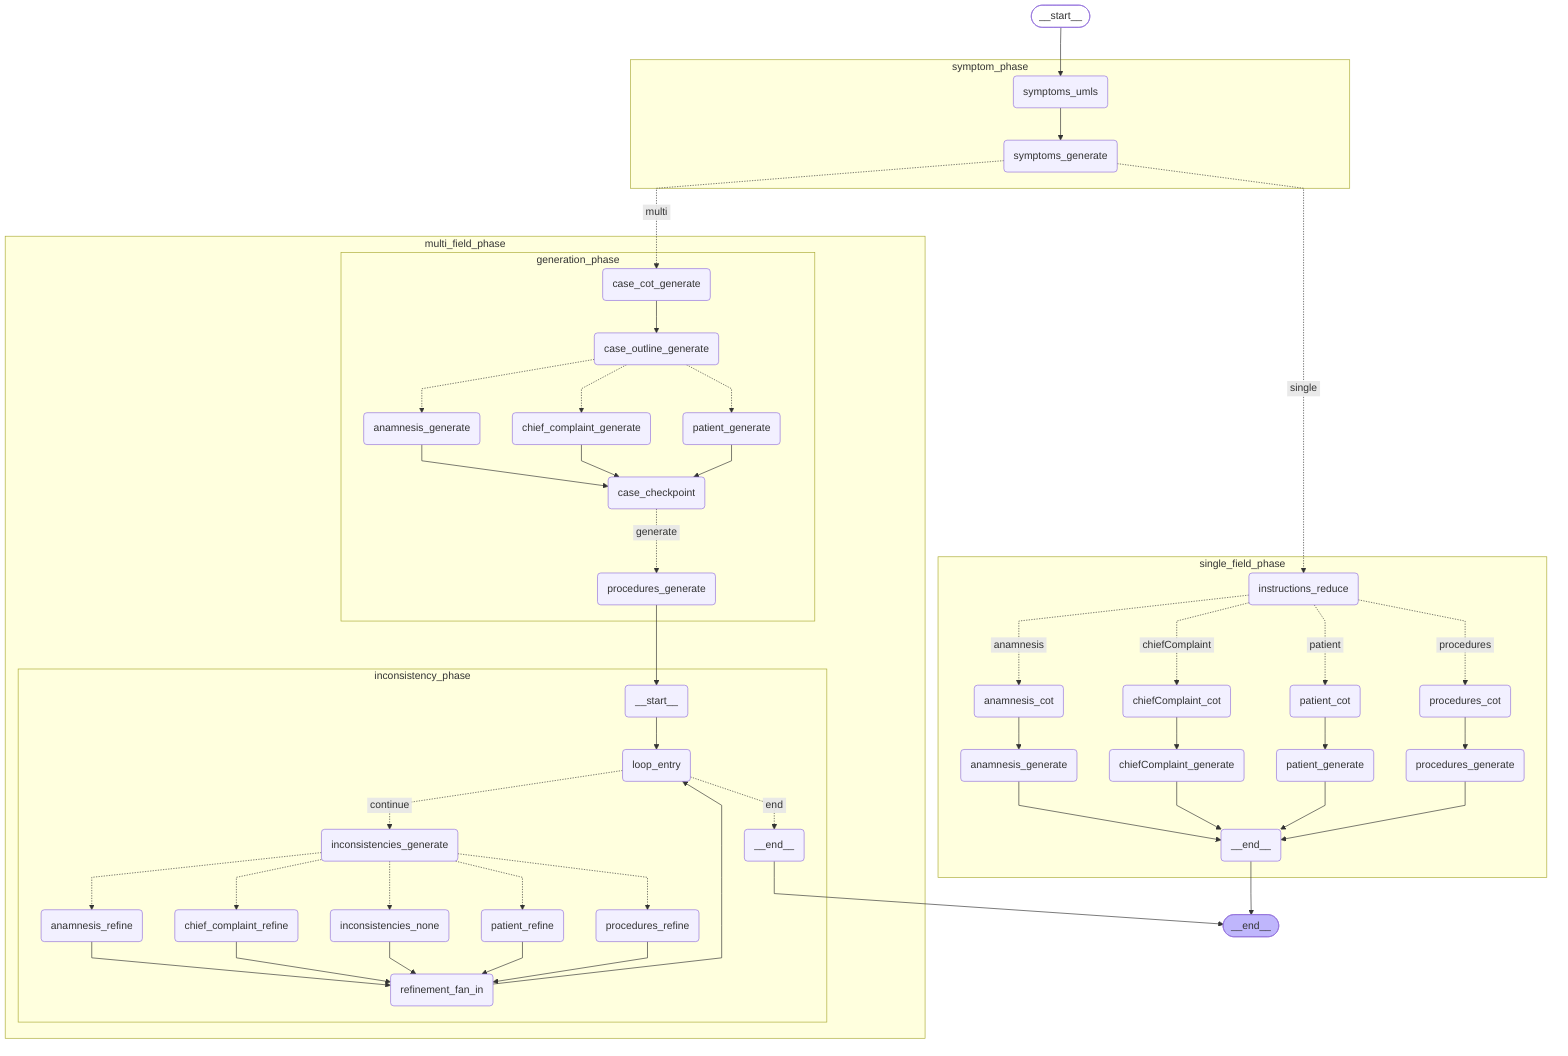
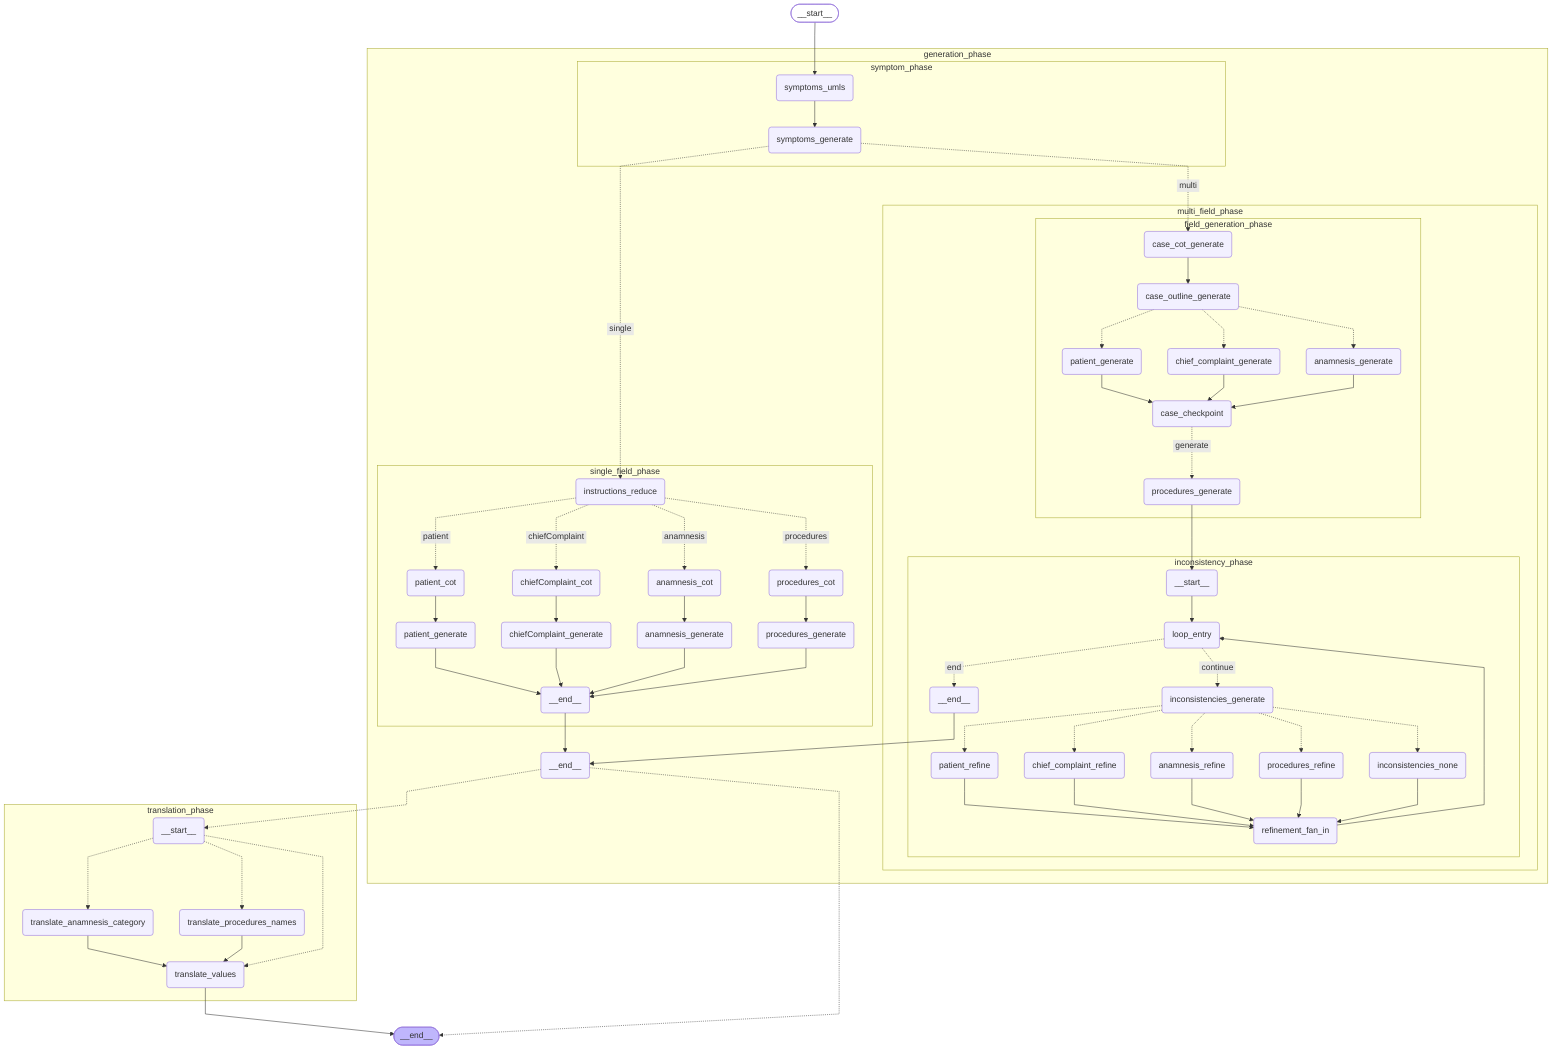
%%{init: {'flowchart': {'curve': 'linear'}}}%%
graph TD;
	__start__([<p>__start__</p>]):::first
- 	symptom_phase_symptoms_umls(symptoms_umls)
- 	symptom_phase_symptoms_generate(symptoms_generate)
- 	single_field_phase_instructions_reduce(instructions_reduce)
- 	single_field_phase_patient_cot(patient_cot)
- 	single_field_phase_patient_generate(patient_generate)
- 	single_field_phase_chiefComplaint_cot(chiefComplaint_cot)
- 	single_field_phase_chiefComplaint_generate(chiefComplaint_generate)
- 	single_field_phase_anamnesis_cot(anamnesis_cot)
- 	single_field_phase_anamnesis_generate(anamnesis_generate)
- 	single_field_phase_procedures_cot(procedures_cot)
- 	single_field_phase_procedures_generate(procedures_generate)
- 	single_field_phase___end__(<p>__end__</p>)
- 	multi_field_phase_generation_phase_case_cot_generate(case_cot_generate)
- 	multi_field_phase_generation_phase_case_outline_generate(case_outline_generate)
- 	multi_field_phase_generation_phase_patient_generate(patient_generate)
- 	multi_field_phase_generation_phase_chief_complaint_generate(chief_complaint_generate)
- 	multi_field_phase_generation_phase_anamnesis_generate(anamnesis_generate)
- 	multi_field_phase_generation_phase_case_checkpoint(case_checkpoint)
- 	multi_field_phase_generation_phase_procedures_generate(procedures_generate)
- 	multi_field_phase_inconsistency_phase___start__(<p>__start__</p>)
- 	multi_field_phase_inconsistency_phase_loop_entry(loop_entry)
- 	multi_field_phase_inconsistency_phase_inconsistencies_generate(inconsistencies_generate)
- 	multi_field_phase_inconsistency_phase_patient_refine(patient_refine)
- 	multi_field_phase_inconsistency_phase_chief_complaint_refine(chief_complaint_refine)
- 	multi_field_phase_inconsistency_phase_anamnesis_refine(anamnesis_refine)
- 	multi_field_phase_inconsistency_phase_procedures_refine(procedures_refine)
- 	multi_field_phase_inconsistency_phase_inconsistencies_none(inconsistencies_none)
- 	multi_field_phase_inconsistency_phase_refinement_fan_in(refinement_fan_in)
- 	multi_field_phase_inconsistency_phase___end__(<p>__end__</p>)
+ 	generation_phase_symptom_phase_symptoms_umls(symptoms_umls)
+ 	generation_phase_symptom_phase_symptoms_generate(symptoms_generate)
+ 	generation_phase_single_field_phase_instructions_reduce(instructions_reduce)
+ 	generation_phase_single_field_phase_patient_cot(patient_cot)
+ 	generation_phase_single_field_phase_patient_generate(patient_generate)
+ 	generation_phase_single_field_phase_chiefComplaint_cot(chiefComplaint_cot)
+ 	generation_phase_single_field_phase_chiefComplaint_generate(chiefComplaint_generate)
+ 	generation_phase_single_field_phase_anamnesis_cot(anamnesis_cot)
+ 	generation_phase_single_field_phase_anamnesis_generate(anamnesis_generate)
+ 	generation_phase_single_field_phase_procedures_cot(procedures_cot)
+ 	generation_phase_single_field_phase_procedures_generate(procedures_generate)
+ 	generation_phase_single_field_phase___end__(<p>__end__</p>)
+ 	generation_phase_multi_field_phase_field_generation_phase_case_cot_generate(case_cot_generate)
+ 	generation_phase_multi_field_phase_field_generation_phase_case_outline_generate(case_outline_generate)
+ 	generation_phase_multi_field_phase_field_generation_phase_patient_generate(patient_generate)
+ 	generation_phase_multi_field_phase_field_generation_phase_chief_complaint_generate(chief_complaint_generate)
+ 	generation_phase_multi_field_phase_field_generation_phase_anamnesis_generate(anamnesis_generate)
+ 	generation_phase_multi_field_phase_field_generation_phase_case_checkpoint(case_checkpoint)
+ 	generation_phase_multi_field_phase_field_generation_phase_procedures_generate(procedures_generate)
+ 	generation_phase_multi_field_phase_inconsistency_phase___start__(<p>__start__</p>)
+ 	generation_phase_multi_field_phase_inconsistency_phase_loop_entry(loop_entry)
+ 	generation_phase_multi_field_phase_inconsistency_phase_inconsistencies_generate(inconsistencies_generate)
+ 	generation_phase_multi_field_phase_inconsistency_phase_patient_refine(patient_refine)
+ 	generation_phase_multi_field_phase_inconsistency_phase_chief_complaint_refine(chief_complaint_refine)
+ 	generation_phase_multi_field_phase_inconsistency_phase_anamnesis_refine(anamnesis_refine)
+ 	generation_phase_multi_field_phase_inconsistency_phase_procedures_refine(procedures_refine)
+ 	generation_phase_multi_field_phase_inconsistency_phase_inconsistencies_none(inconsistencies_none)
+ 	generation_phase_multi_field_phase_inconsistency_phase_refinement_fan_in(refinement_fan_in)
+ 	generation_phase_multi_field_phase_inconsistency_phase___end__(<p>__end__</p>)
+ 	generation_phase___end__(<p>__end__</p>)
+ 	translation_phase___start__(<p>__start__</p>)
+ 	translation_phase_translate_anamnesis_category(translate_anamnesis_category)
+ 	translation_phase_translate_procedures_names(translate_procedures_names)
+ 	translation_phase_translate_values(translate_values)
	__end__([<p>__end__</p>]):::last
- 	__start__ --> symptom_phase_symptoms_umls;
- 	multi_field_phase_inconsistency_phase___end__ --> __end__;
- 	single_field_phase___end__ --> __end__;
- 	symptom_phase_symptoms_generate -. &nbsp;single&nbsp; .-> single_field_phase_instructions_reduce;
- 	symptom_phase_symptoms_generate -. &nbsp;multi&nbsp; .-> multi_field_phase_generation_phase_case_cot_generate;
+ 	__start__ --> generation_phase_symptom_phase_symptoms_umls;
+ 	translation_phase_translate_values --> __end__;
+ 	generation_phase___end__ -.-> translation_phase___start__;
+ 	generation_phase___end__ -.-> __end__;
+ 	subgraph generation_phase
	subgraph symptom_phase
- 	symptom_phase_symptoms_umls --> symptom_phase_symptoms_generate;
+ 	generation_phase_symptom_phase_symptoms_umls --> generation_phase_symptom_phase_symptoms_generate;
	end
	subgraph single_field_phase
- 	single_field_phase_anamnesis_cot --> single_field_phase_anamnesis_generate;
- 	single_field_phase_anamnesis_generate --> single_field_phase___end__;
- 	single_field_phase_chiefComplaint_cot --> single_field_phase_chiefComplaint_generate;
- 	single_field_phase_chiefComplaint_generate --> single_field_phase___end__;
- 	single_field_phase_patient_cot --> single_field_phase_patient_generate;
- 	single_field_phase_patient_generate --> single_field_phase___end__;
- 	single_field_phase_procedures_cot --> single_field_phase_procedures_generate;
- 	single_field_phase_procedures_generate --> single_field_phase___end__;
- 	single_field_phase_instructions_reduce -. &nbsp;patient&nbsp; .-> single_field_phase_patient_cot;
- 	single_field_phase_instructions_reduce -. &nbsp;chiefComplaint&nbsp; .-> single_field_phase_chiefComplaint_cot;
- 	single_field_phase_instructions_reduce -. &nbsp;anamnesis&nbsp; .-> single_field_phase_anamnesis_cot;
- 	single_field_phase_instructions_reduce -. &nbsp;procedures&nbsp; .-> single_field_phase_procedures_cot;
+ 	generation_phase_single_field_phase_anamnesis_cot --> generation_phase_single_field_phase_anamnesis_generate;
+ 	generation_phase_single_field_phase_anamnesis_generate --> generation_phase_single_field_phase___end__;
+ 	generation_phase_single_field_phase_chiefComplaint_cot --> generation_phase_single_field_phase_chiefComplaint_generate;
+ 	generation_phase_single_field_phase_chiefComplaint_generate --> generation_phase_single_field_phase___end__;
+ 	generation_phase_single_field_phase_patient_cot --> generation_phase_single_field_phase_patient_generate;
+ 	generation_phase_single_field_phase_patient_generate --> generation_phase_single_field_phase___end__;
+ 	generation_phase_single_field_phase_procedures_cot --> generation_phase_single_field_phase_procedures_generate;
+ 	generation_phase_single_field_phase_procedures_generate --> generation_phase_single_field_phase___end__;
+ 	generation_phase_single_field_phase_instructions_reduce -. &nbsp;patient&nbsp; .-> generation_phase_single_field_phase_patient_cot;
+ 	generation_phase_single_field_phase_instructions_reduce -. &nbsp;chiefComplaint&nbsp; .-> generation_phase_single_field_phase_chiefComplaint_cot;
+ 	generation_phase_single_field_phase_instructions_reduce -. &nbsp;anamnesis&nbsp; .-> generation_phase_single_field_phase_anamnesis_cot;
+ 	generation_phase_single_field_phase_instructions_reduce -. &nbsp;procedures&nbsp; .-> generation_phase_single_field_phase_procedures_cot;
	end
	subgraph multi_field_phase
- 	subgraph generation_phase
- 	multi_field_phase_generation_phase_anamnesis_generate --> multi_field_phase_generation_phase_case_checkpoint;
- 	multi_field_phase_generation_phase_case_cot_generate --> multi_field_phase_generation_phase_case_outline_generate;
- 	multi_field_phase_generation_phase_chief_complaint_generate --> multi_field_phase_generation_phase_case_checkpoint;
- 	multi_field_phase_generation_phase_patient_generate --> multi_field_phase_generation_phase_case_checkpoint;
- 	multi_field_phase_generation_phase_case_outline_generate -.-> multi_field_phase_generation_phase_patient_generate;
- 	multi_field_phase_generation_phase_case_outline_generate -.-> multi_field_phase_generation_phase_chief_complaint_generate;
- 	multi_field_phase_generation_phase_case_outline_generate -.-> multi_field_phase_generation_phase_anamnesis_generate;
- 	multi_field_phase_generation_phase_case_checkpoint -. &nbsp;generate&nbsp; .-> multi_field_phase_generation_phase_procedures_generate;
+ 	subgraph field_generation_phase
+ 	generation_phase_multi_field_phase_field_generation_phase_anamnesis_generate --> generation_phase_multi_field_phase_field_generation_phase_case_checkpoint;
+ 	generation_phase_multi_field_phase_field_generation_phase_case_cot_generate --> generation_phase_multi_field_phase_field_generation_phase_case_outline_generate;
+ 	generation_phase_multi_field_phase_field_generation_phase_chief_complaint_generate --> generation_phase_multi_field_phase_field_generation_phase_case_checkpoint;
+ 	generation_phase_multi_field_phase_field_generation_phase_patient_generate --> generation_phase_multi_field_phase_field_generation_phase_case_checkpoint;
+ 	generation_phase_multi_field_phase_field_generation_phase_case_outline_generate -.-> generation_phase_multi_field_phase_field_generation_phase_patient_generate;
+ 	generation_phase_multi_field_phase_field_generation_phase_case_outline_generate -.-> generation_phase_multi_field_phase_field_generation_phase_chief_complaint_generate;
+ 	generation_phase_multi_field_phase_field_generation_phase_case_outline_generate -.-> generation_phase_multi_field_phase_field_generation_phase_anamnesis_generate;
+ 	generation_phase_multi_field_phase_field_generation_phase_case_checkpoint -. &nbsp;generate&nbsp; .-> generation_phase_multi_field_phase_field_generation_phase_procedures_generate;
	end
	subgraph inconsistency_phase
- 	multi_field_phase_inconsistency_phase___start__ --> multi_field_phase_inconsistency_phase_loop_entry;
- 	multi_field_phase_inconsistency_phase_anamnesis_refine --> multi_field_phase_inconsistency_phase_refinement_fan_in;
- 	multi_field_phase_inconsistency_phase_chief_complaint_refine --> multi_field_phase_inconsistency_phase_refinement_fan_in;
- 	multi_field_phase_inconsistency_phase_inconsistencies_none --> multi_field_phase_inconsistency_phase_refinement_fan_in;
- 	multi_field_phase_inconsistency_phase_patient_refine --> multi_field_phase_inconsistency_phase_refinement_fan_in;
- 	multi_field_phase_inconsistency_phase_procedures_refine --> multi_field_phase_inconsistency_phase_refinement_fan_in;
- 	multi_field_phase_inconsistency_phase_refinement_fan_in --> multi_field_phase_inconsistency_phase_loop_entry;
- 	multi_field_phase_inconsistency_phase_loop_entry -. &nbsp;end&nbsp; .-> multi_field_phase_inconsistency_phase___end__;
- 	multi_field_phase_inconsistency_phase_loop_entry -. &nbsp;continue&nbsp; .-> multi_field_phase_inconsistency_phase_inconsistencies_generate;
- 	multi_field_phase_inconsistency_phase_inconsistencies_generate -.-> multi_field_phase_inconsistency_phase_patient_refine;
- 	multi_field_phase_inconsistency_phase_inconsistencies_generate -.-> multi_field_phase_inconsistency_phase_chief_complaint_refine;
- 	multi_field_phase_inconsistency_phase_inconsistencies_generate -.-> multi_field_phase_inconsistency_phase_anamnesis_refine;
- 	multi_field_phase_inconsistency_phase_inconsistencies_generate -.-> multi_field_phase_inconsistency_phase_procedures_refine;
- 	multi_field_phase_inconsistency_phase_inconsistencies_generate -.-> multi_field_phase_inconsistency_phase_inconsistencies_none;
+ 	generation_phase_multi_field_phase_inconsistency_phase___start__ --> generation_phase_multi_field_phase_inconsistency_phase_loop_entry;
+ 	generation_phase_multi_field_phase_inconsistency_phase_anamnesis_refine --> generation_phase_multi_field_phase_inconsistency_phase_refinement_fan_in;
+ 	generation_phase_multi_field_phase_inconsistency_phase_chief_complaint_refine --> generation_phase_multi_field_phase_inconsistency_phase_refinement_fan_in;
+ 	generation_phase_multi_field_phase_inconsistency_phase_inconsistencies_none --> generation_phase_multi_field_phase_inconsistency_phase_refinement_fan_in;
+ 	generation_phase_multi_field_phase_inconsistency_phase_patient_refine --> generation_phase_multi_field_phase_inconsistency_phase_refinement_fan_in;
+ 	generation_phase_multi_field_phase_inconsistency_phase_procedures_refine --> generation_phase_multi_field_phase_inconsistency_phase_refinement_fan_in;
+ 	generation_phase_multi_field_phase_inconsistency_phase_refinement_fan_in --> generation_phase_multi_field_phase_inconsistency_phase_loop_entry;
+ 	generation_phase_multi_field_phase_inconsistency_phase_loop_entry -. &nbsp;end&nbsp; .-> generation_phase_multi_field_phase_inconsistency_phase___end__;
+ 	generation_phase_multi_field_phase_inconsistency_phase_loop_entry -. &nbsp;continue&nbsp; .-> generation_phase_multi_field_phase_inconsistency_phase_inconsistencies_generate;
+ 	generation_phase_multi_field_phase_inconsistency_phase_inconsistencies_generate -.-> generation_phase_multi_field_phase_inconsistency_phase_patient_refine;
+ 	generation_phase_multi_field_phase_inconsistency_phase_inconsistencies_generate -.-> generation_phase_multi_field_phase_inconsistency_phase_chief_complaint_refine;
+ 	generation_phase_multi_field_phase_inconsistency_phase_inconsistencies_generate -.-> generation_phase_multi_field_phase_inconsistency_phase_anamnesis_refine;
+ 	generation_phase_multi_field_phase_inconsistency_phase_inconsistencies_generate -.-> generation_phase_multi_field_phase_inconsistency_phase_procedures_refine;
+ 	generation_phase_multi_field_phase_inconsistency_phase_inconsistencies_generate -.-> generation_phase_multi_field_phase_inconsistency_phase_inconsistencies_none;
	end
- 	multi_field_phase_generation_phase_procedures_generate --> multi_field_phase_inconsistency_phase___start__;
+ 	generation_phase_multi_field_phase_field_generation_phase_procedures_generate --> generation_phase_multi_field_phase_inconsistency_phase___start__;
+ 	end
+ 	generation_phase_multi_field_phase_inconsistency_phase___end__ --> generation_phase___end__;
+ 	generation_phase_single_field_phase___end__ --> generation_phase___end__;
+ 	generation_phase_symptom_phase_symptoms_generate -. &nbsp;single&nbsp; .-> generation_phase_single_field_phase_instructions_reduce;
+ 	generation_phase_symptom_phase_symptoms_generate -. &nbsp;multi&nbsp; .-> generation_phase_multi_field_phase_field_generation_phase_case_cot_generate;
+ 	end
+ 	subgraph translation_phase
+ 	translation_phase_translate_anamnesis_category --> translation_phase_translate_values;
+ 	translation_phase_translate_procedures_names --> translation_phase_translate_values;
+ 	translation_phase___start__ -.-> translation_phase_translate_anamnesis_category;
+ 	translation_phase___start__ -.-> translation_phase_translate_procedures_names;
+ 	translation_phase___start__ -.-> translation_phase_translate_values;
	end
	classDef default fill:#f2f0ff,line-height:1.2;
	classDef first fill-opacity:0;
	classDef last fill:#bfb6fc;
